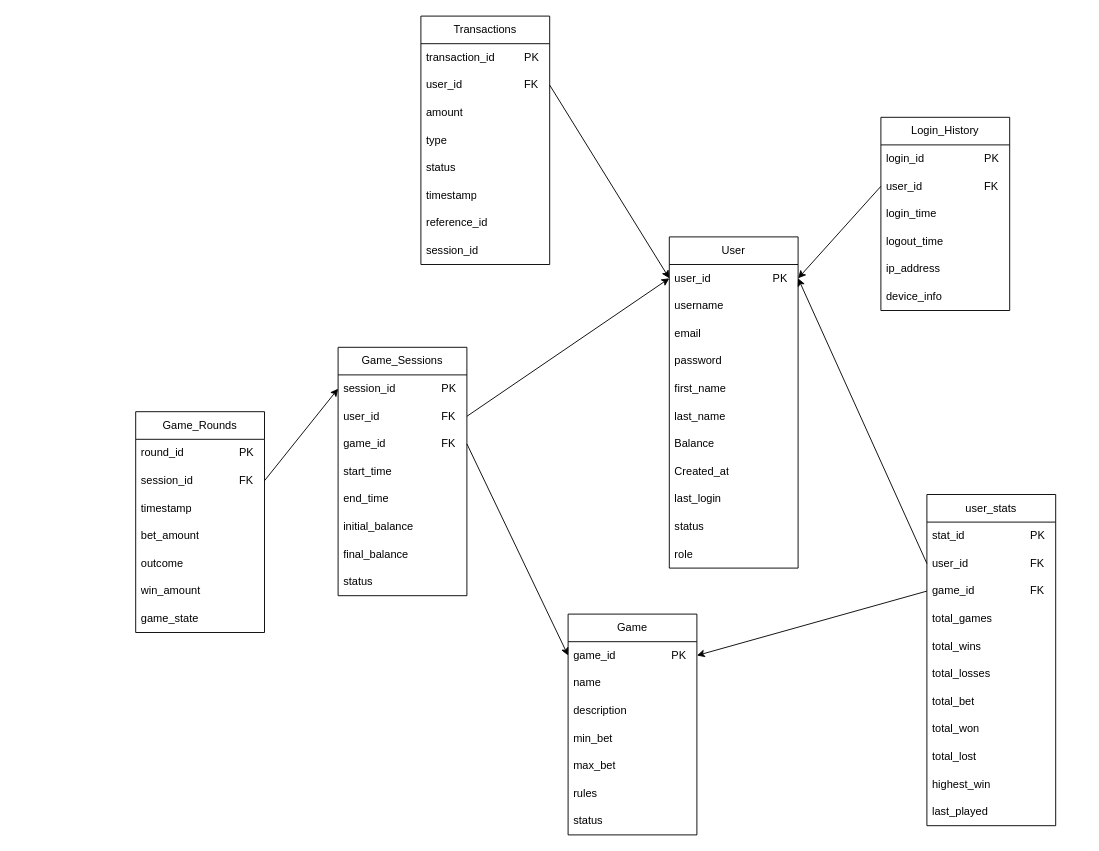
Earlier version of the draw.io diagram db/schema.dio (Akanaifu/Dev-Web-2024). Source tidied: cells renumbered, new cells numbered last; positions are measured from the earlier drawing's top-left corner, leaving out a move shared by most shapes. Both pictures are drawn from the tidied source at 92%, with x=0, y=0 at pixel (135, 16).
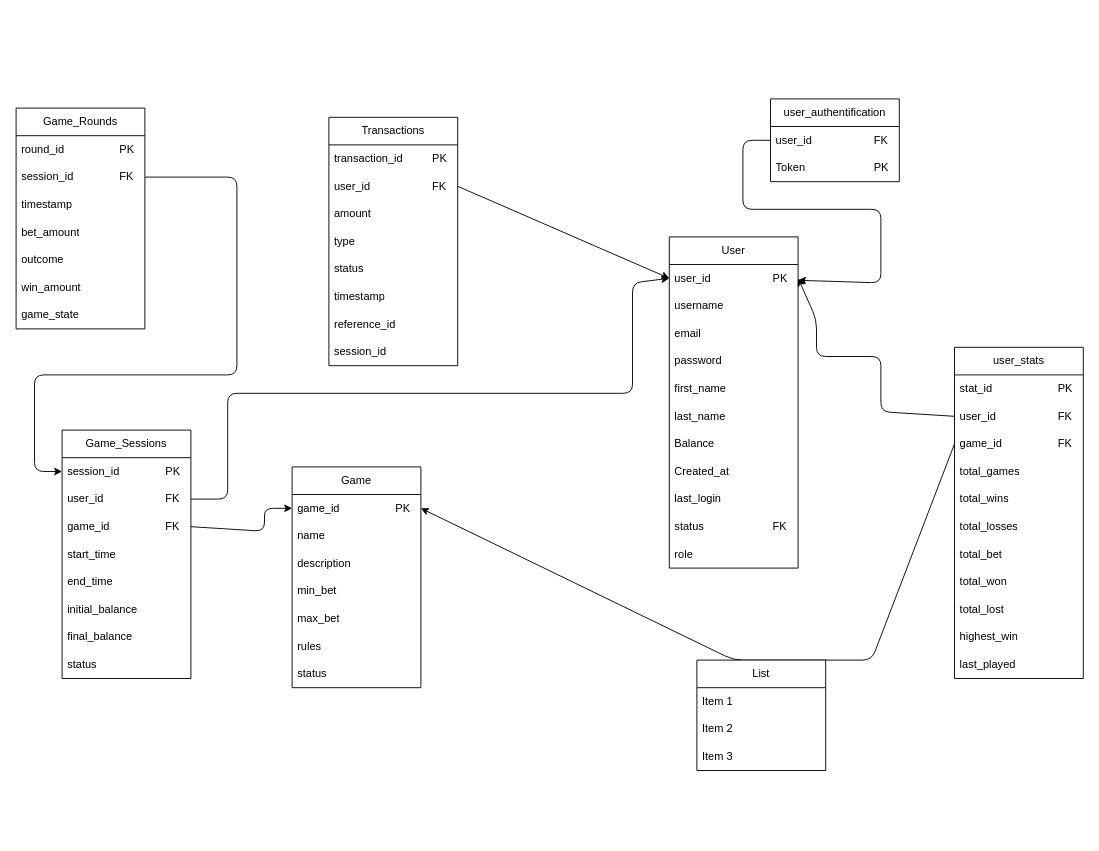
Above is the later version.

The change refers to these unchanged cells:
```xml
<mxCell id="2" value="User" style="swimlane;fontStyle=0;horizontal=1;startSize=30;whiteSpace=wrap;html=1;" parent="1" vertex="1">
  <mxGeometry x="580" y="240" width="140" height="360" as="geometry" />
</mxCell>
<mxCell id="3" value="&lt;span style=&quot;color: rgb(0, 0, 0);&quot;&gt;user_id&lt;span style=&quot;white-space: pre;&quot;&gt;&#9;&lt;/span&gt;&lt;span style=&quot;white-space: pre;&quot;&gt;&#9;&lt;/span&gt;&lt;span style=&quot;white-space: pre;&quot;&gt;&#9;&lt;/span&gt;PK&lt;/span&gt;" style="text;strokeColor=none;fillColor=none;align=left;verticalAlign=middle;spacingLeft=4;spacingRight=4;overflow=hidden;points=[[0,0.5],[1,0.5]];portConstraint=eastwest;whiteSpace=wrap;html=1;" parent="2" vertex="1">
  <mxGeometry y="30" width="140" height="30" as="geometry" />
</mxCell>
<mxCell id="15" value="game_id&lt;span style=&quot;white-space: pre;&quot;&gt;&#9;&lt;/span&gt;&lt;span style=&quot;white-space: pre;&quot;&gt;&#9;&lt;/span&gt;&lt;span style=&quot;white-space: pre;&quot;&gt;&#9;&lt;/span&gt;PK" style="text;strokeColor=none;fillColor=none;align=left;verticalAlign=middle;spacingLeft=4;spacingRight=4;overflow=hidden;points=[[0,0.5],[1,0.5]];portConstraint=eastwest;whiteSpace=wrap;html=1;" parent="14" vertex="1">
  <mxGeometry y="30" width="140" height="30" as="geometry" />
</mxCell>
<mxCell id="23" value="session_id&lt;span style=&quot;white-space: pre;&quot;&gt;&#9;&lt;/span&gt;&lt;span style=&quot;white-space: pre;&quot;&gt;&#9;&lt;/span&gt;PK" style="text;strokeColor=none;fillColor=none;align=left;verticalAlign=middle;spacingLeft=4;spacingRight=4;overflow=hidden;points=[[0,0.5],[1,0.5]];portConstraint=eastwest;whiteSpace=wrap;html=1;" parent="22" vertex="1">
  <mxGeometry y="30" width="140" height="30" as="geometry" />
</mxCell>
<mxCell id="24" value="user_id&lt;span style=&quot;white-space: pre;&quot;&gt;&#9;&lt;/span&gt;&lt;span style=&quot;white-space: pre;&quot;&gt;&#9;&lt;/span&gt;&lt;span style=&quot;white-space: pre;&quot;&gt;&#9;&lt;/span&gt;FK" style="text;strokeColor=none;fillColor=none;align=left;verticalAlign=middle;spacingLeft=4;spacingRight=4;overflow=hidden;points=[[0,0.5],[1,0.5]];portConstraint=eastwest;whiteSpace=wrap;html=1;" parent="22" vertex="1">
  <mxGeometry y="60" width="140" height="30" as="geometry" />
</mxCell>
<mxCell id="25" value="game_id&lt;span style=&quot;white-space: pre;&quot;&gt;&#9;&lt;/span&gt;&lt;span style=&quot;white-space: pre;&quot;&gt;&#9;&lt;/span&gt;&lt;span style=&quot;white-space: pre;&quot;&gt;&#9;&lt;/span&gt;FK" style="text;strokeColor=none;fillColor=none;align=left;verticalAlign=middle;spacingLeft=4;spacingRight=4;overflow=hidden;points=[[0,0.5],[1,0.5]];portConstraint=eastwest;whiteSpace=wrap;html=1;" parent="22" vertex="1">
  <mxGeometry y="90" width="140" height="30" as="geometry" />
</mxCell>
<mxCell id="33" value="session_id&lt;span style=&quot;white-space: pre;&quot;&gt;&#9;&lt;/span&gt;&lt;span style=&quot;white-space: pre;&quot;&gt;&#9;&lt;/span&gt;FK" style="text;strokeColor=none;fillColor=none;align=left;verticalAlign=middle;spacingLeft=4;spacingRight=4;overflow=hidden;points=[[0,0.5],[1,0.5]];portConstraint=eastwest;whiteSpace=wrap;html=1;" parent="31" vertex="1">
  <mxGeometry y="60" width="140" height="30" as="geometry" />
</mxCell>
<mxCell id="50" value="user_id&lt;span style=&quot;white-space: pre;&quot;&gt;&#9;&lt;/span&gt;&lt;span style=&quot;white-space: pre;&quot;&gt;&#9;&lt;span style=&quot;white-space: pre;&quot;&gt;&#9;&lt;/span&gt;&lt;/span&gt;FK" style="text;strokeColor=none;fillColor=none;align=left;verticalAlign=middle;spacingLeft=4;spacingRight=4;overflow=hidden;points=[[0,0.5],[1,0.5]];portConstraint=eastwest;whiteSpace=wrap;html=1;" parent="48" vertex="1">
  <mxGeometry y="60" width="140" height="30" as="geometry" />
</mxCell>
<mxCell id="51" value="game_id&lt;span style=&quot;white-space: pre;&quot;&gt;&#9;&lt;/span&gt;&lt;span style=&quot;white-space: pre;&quot;&gt;&#9;&lt;/span&gt;&lt;span style=&quot;white-space: pre;&quot;&gt;&#9;&lt;/span&gt;FK" style="text;strokeColor=none;fillColor=none;align=left;verticalAlign=middle;spacingLeft=4;spacingRight=4;overflow=hidden;points=[[0,0.5],[1,0.5]];portConstraint=eastwest;whiteSpace=wrap;html=1;" parent="48" vertex="1">
  <mxGeometry y="90" width="140" height="30" as="geometry" />
</mxCell>
```

The edit, as a diff of the source:
```diff
@@
-    <mxCell id="12" value="&lt;span style=&quot;color: rgb(0, 0, 0);&quot;&gt;status&lt;/span&gt;" style="text;strokeColor=none;fillColor=none;align=left;verticalAlign=middle;spacingLeft=4;spacingRight=4;overflow=hidden;whiteSpace=wrap;html=1;" parent="2" vertex="1">
+    <mxCell id="12" value="&lt;span style=&quot;color: rgb(0, 0, 0);&quot;&gt;status&lt;span style=&quot;white-space: pre;&quot;&gt;&#9;&lt;/span&gt;&lt;span style=&quot;white-space: pre;&quot;&gt;&#9;&lt;/span&gt;&lt;span style=&quot;white-space: pre;&quot;&gt;&#9;&lt;/span&gt;FK&lt;/span&gt;" style="text;strokeColor=none;fillColor=none;align=left;verticalAlign=middle;spacingLeft=4;spacingRight=4;overflow=hidden;whiteSpace=wrap;html=1;" parent="2" vertex="1">
       <mxGeometry y="300" width="140" height="30" as="geometry" />
     </mxCell>
@@
     <mxCell id="14" value="Game" style="swimlane;fontStyle=0;horizontal=1;startSize=30;whiteSpace=wrap;html=1;" parent="1" vertex="1">
-      <mxGeometry x="470" y="650" width="140" height="240" as="geometry" />
+      <mxGeometry x="170" y="490" width="140" height="240" as="geometry" />
     </mxCell>
@@
     <mxCell id="22" value="Game_Sessions" style="swimlane;fontStyle=0;horizontal=1;startSize=30;whiteSpace=wrap;html=1;" parent="1" vertex="1">
-      <mxGeometry x="220" y="360" width="140" height="270" as="geometry" />
+      <mxGeometry x="-80" y="450" width="140" height="270" as="geometry" />
     </mxCell>
@@
     <mxCell id="31" value="Game_Rounds" style="swimlane;fontStyle=0;horizontal=1;startSize=30;whiteSpace=wrap;html=1;" parent="1" vertex="1">
-      <mxGeometry y="430" width="140" height="240" as="geometry" />
+      <mxGeometry x="-130" y="100" width="140" height="240" as="geometry" />
     </mxCell>
@@
     <mxCell id="39" value="Transactions" style="swimlane;fontStyle=0;horizontal=1;startSize=30;whiteSpace=wrap;html=1;" parent="1" vertex="1">
-      <mxGeometry x="310" width="140" height="270" as="geometry" />
+      <mxGeometry x="210" y="110" width="140" height="270" as="geometry" />
     </mxCell>
@@
     <mxCell id="48" value="user_stats" style="swimlane;fontStyle=0;horizontal=1;startSize=30;whiteSpace=wrap;html=1;" parent="1" vertex="1">
-      <mxGeometry x="860" y="520" width="140" height="360" as="geometry" />
+      <mxGeometry x="890" y="360" width="140" height="360" as="geometry" />
     </mxCell>
@@
-    <mxCell id="60" value="Login_History" style="swimlane;fontStyle=0;horizontal=1;startSize=30;whiteSpace=wrap;html=1;" parent="1" vertex="1">
-      <mxGeometry x="810" y="110" width="140" height="210" as="geometry" />
-    </mxCell>
-    <mxCell id="61" value="login_id&lt;span style=&quot;white-space: pre;&quot;&gt;&#9;&lt;/span&gt;&lt;span style=&quot;white-space: pre;&quot;&gt;&#9;&lt;/span&gt;&lt;span style=&quot;white-space: pre;&quot;&gt;&#9;&lt;/span&gt;PK" style="text;strokeColor=none;fillColor=none;align=left;verticalAlign=middle;spacingLeft=4;spacingRight=4;overflow=hidden;whiteSpace=wrap;html=1;" parent="60" vertex="1">
-      <mxGeometry y="30" width="140" height="30" as="geometry" />
-    </mxCell>
-    <mxCell id="62" value="user_id&lt;span style=&quot;white-space: pre;&quot;&gt;&#9;&lt;/span&gt;&lt;span style=&quot;white-space: pre;&quot;&gt;&#9;&lt;/span&gt;&lt;span style=&quot;white-space: pre;&quot;&gt;&#9;&lt;/span&gt;FK" style="text;strokeColor=none;fillColor=none;align=left;verticalAlign=middle;spacingLeft=4;spacingRight=4;overflow=hidden;points=[[0,0.5],[1,0.5]];portConstraint=eastwest;whiteSpace=wrap;html=1;" parent="60" vertex="1">
-      <mxGeometry y="60" width="140" height="30" as="geometry" />
-    </mxCell>
-    <mxCell id="63" value="login_time" style="text;strokeColor=none;fillColor=none;align=left;verticalAlign=middle;spacingLeft=4;spacingRight=4;overflow=hidden;whiteSpace=wrap;html=1;" parent="60" vertex="1">
-      <mxGeometry y="90" width="140" height="30" as="geometry" />
-    </mxCell>
-    <mxCell id="64" value="logout_time" style="text;strokeColor=none;fillColor=none;align=left;verticalAlign=middle;spacingLeft=4;spacingRight=4;overflow=hidden;whiteSpace=wrap;html=1;" parent="60" vertex="1">
-      <mxGeometry y="120" width="140" height="30" as="geometry" />
-    </mxCell>
-    <mxCell id="65" value="ip_address" style="text;strokeColor=none;fillColor=none;align=left;verticalAlign=middle;spacingLeft=4;spacingRight=4;overflow=hidden;whiteSpace=wrap;html=1;" parent="60" vertex="1">
-      <mxGeometry y="150" width="140" height="30" as="geometry" />
-    </mxCell>
-    <mxCell id="66" value="device_info" style="text;strokeColor=none;fillColor=none;align=left;verticalAlign=middle;spacingLeft=4;spacingRight=4;overflow=hidden;whiteSpace=wrap;html=1;" parent="60" vertex="1">
-      <mxGeometry y="180" width="140" height="30" as="geometry" />
-    </mxCell>
     <mxCell id="67" style="endArrow=classic;html=1;exitX=1;exitY=0.5;exitDx=0;exitDy=0;entryX=0;entryY=0.5;entryDx=0;entryDy=0;" parent="1" edge="1" source="24" target="3">
-      <mxGeometry relative="1" as="geometry" />
+      <mxGeometry relative="1" as="geometry">
+        <Array as="points">
+          <mxPoint x="100" y="525" />
+          <mxPoint x="100" y="410" />
+          <mxPoint x="540" y="410" />
+          <mxPoint x="540" y="290" />
+        </Array>
+      </mxGeometry>
     </mxCell>
     <mxCell id="68" style="endArrow=classic;html=1;exitX=1;exitY=0.5;exitDx=0;exitDy=0;entryX=0;entryY=0.5;entryDx=0;entryDy=0;" parent="1" edge="1" source="25" target="15">
-      <mxGeometry relative="1" as="geometry" />
+      <mxGeometry relative="1" as="geometry">
+        <Array as="points">
+          <mxPoint x="140" y="560" />
+          <mxPoint x="140" y="535" />
+        </Array>
+      </mxGeometry>
     </mxCell>
-    <mxCell id="69" style="endArrow=classic;html=1;exitX=0;exitY=0.5;exitDx=0;exitDy=0;entryX=1;entryY=0.5;entryDx=0;entryDy=0;" parent="1" edge="1" source="62" target="3">
-      <mxGeometry relative="1" as="geometry" />
-    </mxCell>
     <mxCell id="70" style="endArrow=classic;html=1;entryX=0;entryY=0.5;entryDx=0;entryDy=0;exitX=1;exitY=0.5;exitDx=0;exitDy=0;" parent="1" edge="1" source="33" target="23">
-      <mxGeometry relative="1" as="geometry" />
+      <mxGeometry relative="1" as="geometry">
+        <Array as="points">
+          <mxPoint x="110" y="175" />
+          <mxPoint x="110" y="390" />
+          <mxPoint x="-110" y="390" />
+          <mxPoint x="-110" y="495" />
+        </Array>
+      </mxGeometry>
     </mxCell>
@@
     <mxCell id="72" style="endArrow=classic;html=1;exitX=0;exitY=0.5;exitDx=0;exitDy=0;entryX=1;entryY=0.5;entryDx=0;entryDy=0;" parent="1" edge="1" source="51" target="15">
-      <mxGeometry relative="1" as="geometry" />
+      <mxGeometry relative="1" as="geometry">
+        <Array as="points">
+          <mxPoint x="800" y="700" />
+          <mxPoint x="650" y="700" />
+        </Array>
+      </mxGeometry>
     </mxCell>
     <mxCell id="73" style="endArrow=classic;html=1;exitX=0;exitY=0.5;exitDx=0;exitDy=0;entryX=1;entryY=0.5;entryDx=0;entryDy=0;" parent="1" edge="1" source="50" target="3">
-      <mxGeometry relative="1" as="geometry" />
+      <mxGeometry relative="1" as="geometry">
+        <Array as="points">
+          <mxPoint x="810" y="430" />
+          <mxPoint x="810" y="370" />
+          <mxPoint x="740" y="370" />
+          <mxPoint x="740" y="330" />
+        </Array>
+      </mxGeometry>
     </mxCell>
+    <mxCell id="74" value="user_authentification" style="swimlane;fontStyle=0;horizontal=1;startSize=30;whiteSpace=wrap;html=1;" parent="1" vertex="1">
+      <mxGeometry x="690" y="90" width="140" height="90" as="geometry" />
+    </mxCell>
+    <mxCell id="62" value="user_id&lt;span style=&quot;white-space: pre;&quot;&gt;&#9;&lt;/span&gt;&lt;span style=&quot;white-space: pre;&quot;&gt;&#9;&lt;/span&gt;&lt;span style=&quot;white-space: pre;&quot;&gt;&#9;&lt;/span&gt;FK" style="text;strokeColor=none;fillColor=none;align=left;verticalAlign=middle;spacingLeft=4;spacingRight=4;overflow=hidden;points=[[0,0.5],[1,0.5]];portConstraint=eastwest;whiteSpace=wrap;html=1;" parent="74" vertex="1">
+      <mxGeometry y="30" width="140" height="30" as="geometry" />
+    </mxCell>
+    <mxCell id="75" value="Token&lt;span style=&quot;white-space: pre;&quot;&gt;&#9;&lt;/span&gt;&lt;span style=&quot;white-space: pre;&quot;&gt;&#9;&lt;/span&gt;&lt;span style=&quot;white-space: pre;&quot;&gt;&#9;&lt;/span&gt;PK" style="text;strokeColor=none;fillColor=none;align=left;verticalAlign=middle;spacingLeft=4;spacingRight=4;overflow=hidden;whiteSpace=wrap;html=1;" parent="74" vertex="1">
+      <mxGeometry y="60" width="140" height="30" as="geometry" />
+    </mxCell>
+    <mxCell id="69" style="endArrow=classic;html=1;exitX=0;exitY=0.5;exitDx=0;exitDy=0;" parent="1" edge="1" source="62" target="3">
+      <mxGeometry relative="1" as="geometry">
+        <Array as="points">
+          <mxPoint x="660" y="135" />
+          <mxPoint x="660" y="210" />
+          <mxPoint x="810" y="210" />
+          <mxPoint x="810" y="290" />
+        </Array>
+      </mxGeometry>
+    </mxCell>
+    <mxCell id="76" value="List" style="swimlane;fontStyle=0;horizontal=1;startSize=30;whiteSpace=wrap;html=1;" parent="1" vertex="1">
+      <mxGeometry x="610" y="700" width="140" height="120" as="geometry" />
+    </mxCell>
+    <mxCell id="77" value="Item 1" style="text;strokeColor=none;fillColor=none;align=left;verticalAlign=middle;spacingLeft=4;spacingRight=4;overflow=hidden;whiteSpace=wrap;html=1;" parent="76" vertex="1">
+      <mxGeometry y="30" width="140" height="30" as="geometry" />
+    </mxCell>
+    <mxCell id="78" value="Item 2" style="text;strokeColor=none;fillColor=none;align=left;verticalAlign=middle;spacingLeft=4;spacingRight=4;overflow=hidden;whiteSpace=wrap;html=1;" parent="76" vertex="1">
+      <mxGeometry y="60" width="140" height="30" as="geometry" />
+    </mxCell>
+    <mxCell id="79" value="Item 3" style="text;strokeColor=none;fillColor=none;align=left;verticalAlign=middle;spacingLeft=4;spacingRight=4;overflow=hidden;whiteSpace=wrap;html=1;" parent="76" vertex="1">
+      <mxGeometry y="90" width="140" height="30" as="geometry" />
+    </mxCell>
```
